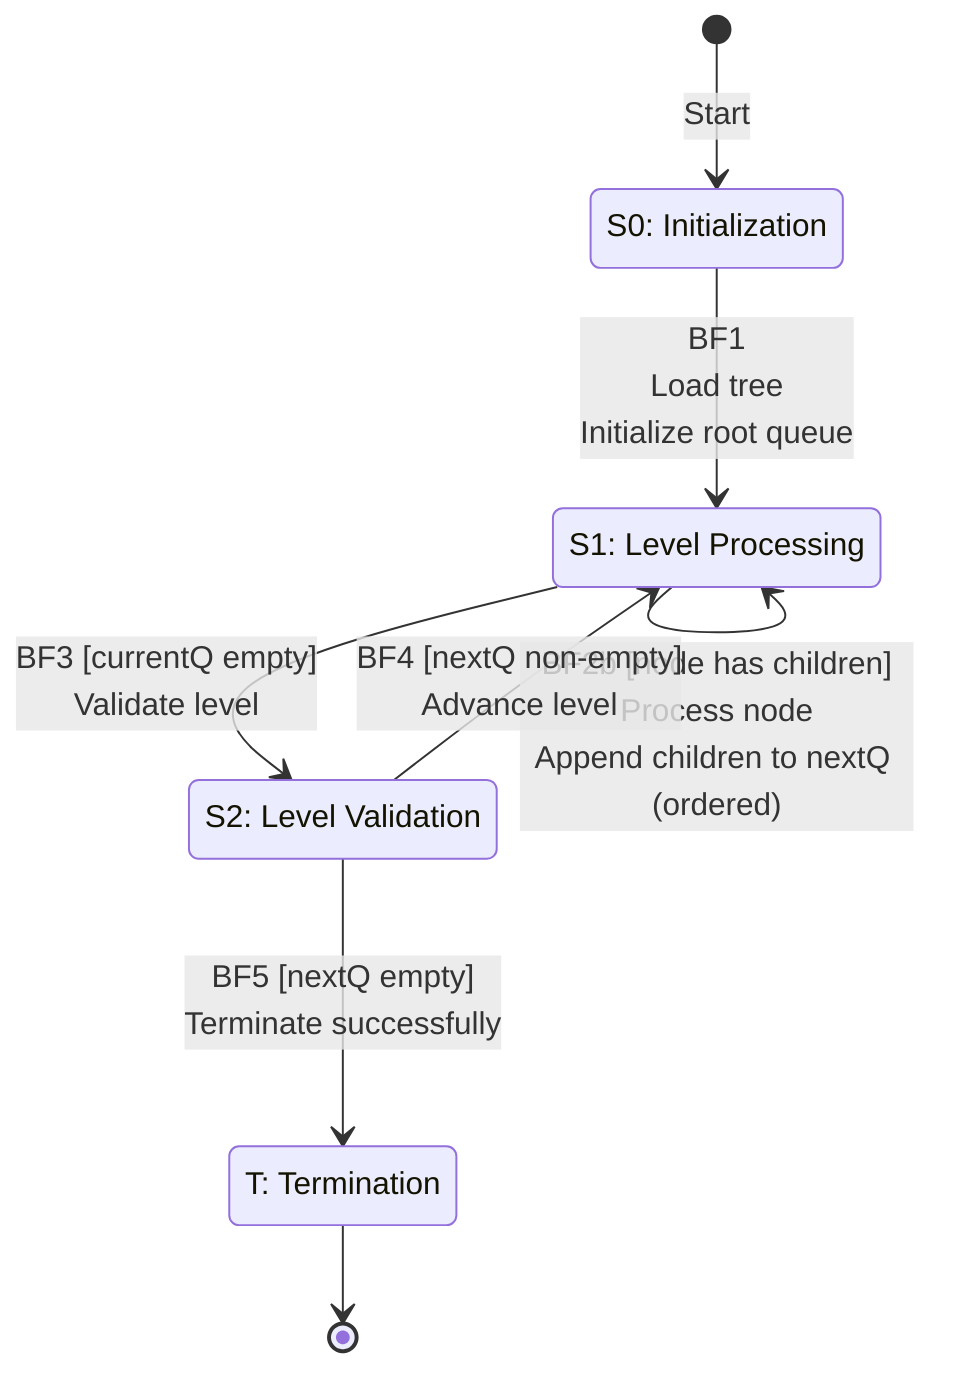
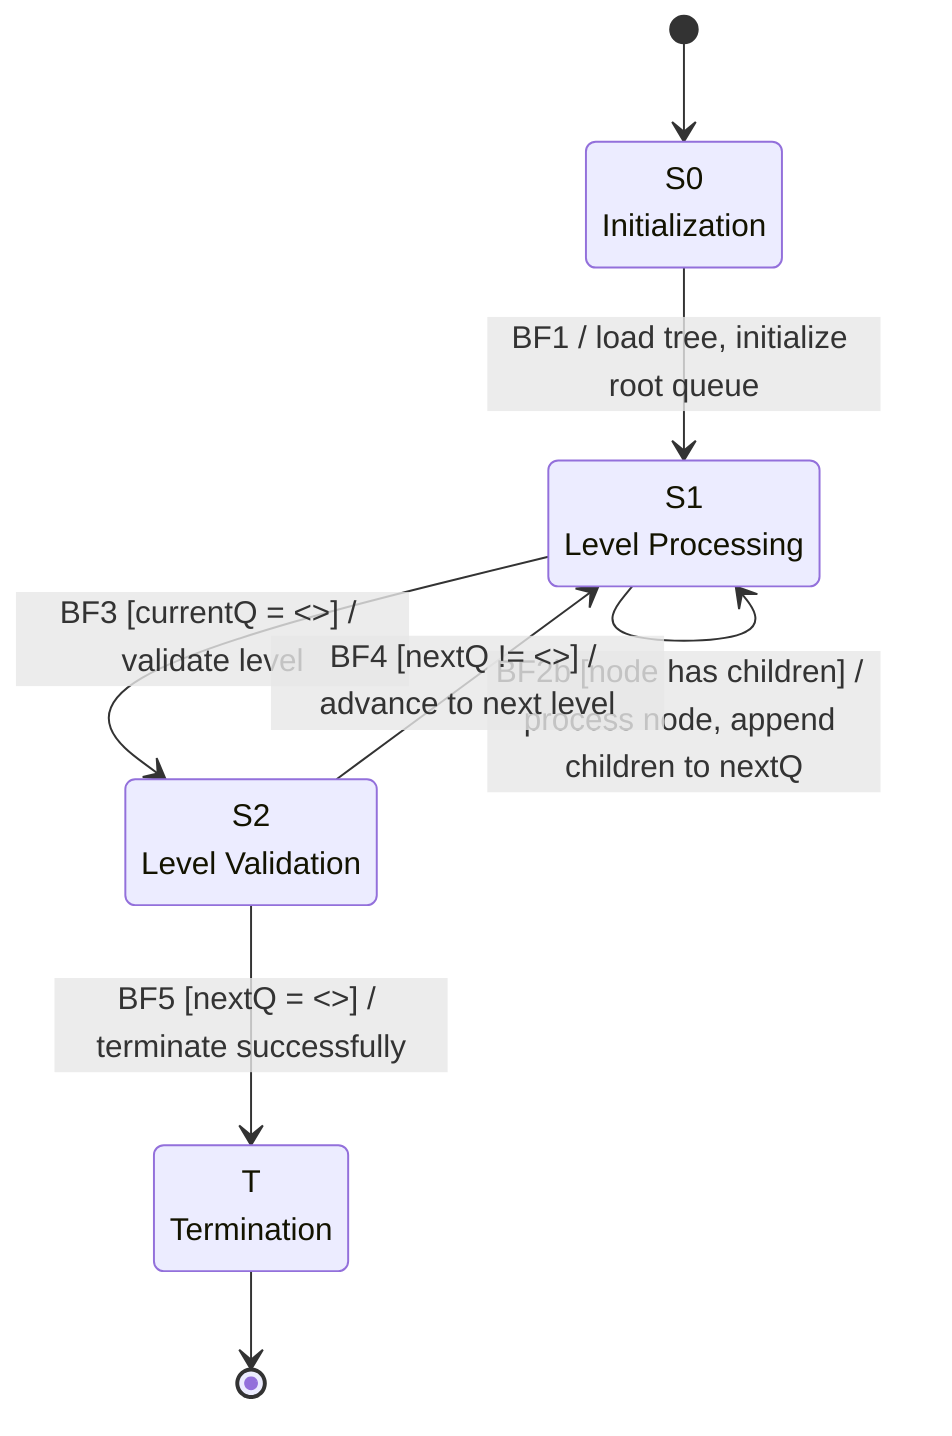
stateDiagram-v2
    direction TB

-     [*] --> S0 : Start
+     direction TB

-     state "S0: Initialization" as S0
-     state "S1: Level Processing" as S1
-     state "S2: Level Validation" as S2
-     state "T: Termination" as T
+     [*] --> S0

-     %% BF1: Initialization
-     S0 --> S1 : BF1<br/>Load tree<br/>Initialize root queue
+     state "S0<br/>Initialization" as S0
+     state "S1<br/>Level Processing" as S1
+     state "S2<br/>Level Validation" as S2
+     state "T<br/>Termination" as T

-     %% BF2a: Leaf node
-     S1 --> S1 : BF2a [node has no children]<br/>Process node<br/>No enqueue
+     S0 --> S1 : BF1 / load tree, initialize root queue

-     %% BF2b: Internal node
-     S1 --> S1 : BF2b [node has children]<br/>Process node<br/>Append children to nextQ (ordered)
+     S1 --> S1 : BF2a [node has no children] / process node
+     S1 --> S1 : BF2b [node has children] / process node, append children to nextQ

-     %% BF3: Level complete
-     S1 --> S2 : BF3 [currentQ empty]<br/>Validate level
+     S1 --> S2 : BF3 [currentQ = <>] / validate level

-     %% BF4: Advance to next level
-     S2 --> S1 : BF4 [nextQ non-empty]<br/>Advance level
- 
-     %% BF5: Terminate
-     S2 --> T : BF5 [nextQ empty]<br/>Terminate successfully
+     S2 --> S1 : BF4 [nextQ != <>] / advance to next level
+     S2 --> T : BF5 [nextQ = <>] / terminate successfully

    T --> [*]
